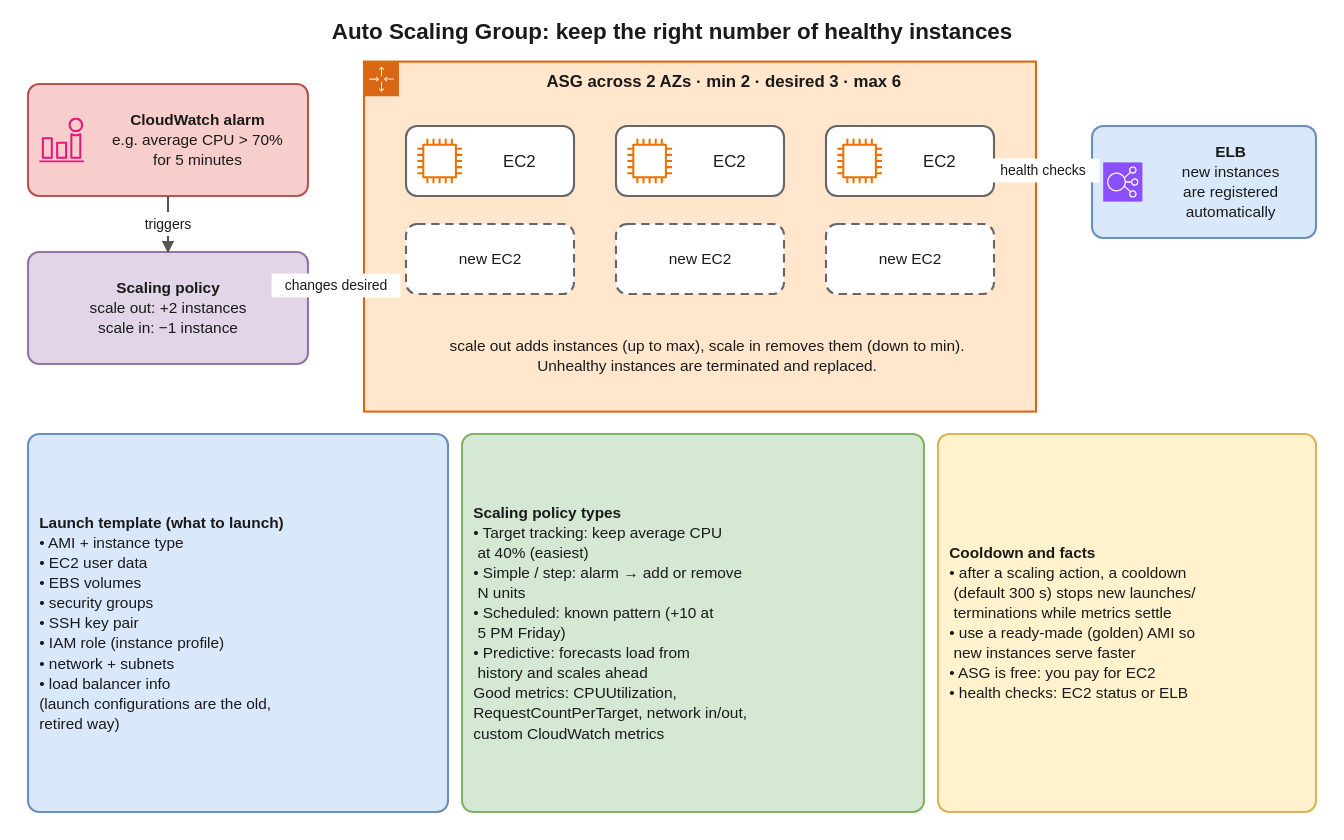
Earlier version of the draw.io export interview-prep/aws/diagrams/elb-03-asg.drawio.svg (suraj9741/interview). Source tidied: cells renumbered, new cells last; positions are measured from the earlier drawing's top-left corner, leaving out a move shared by most shapes.
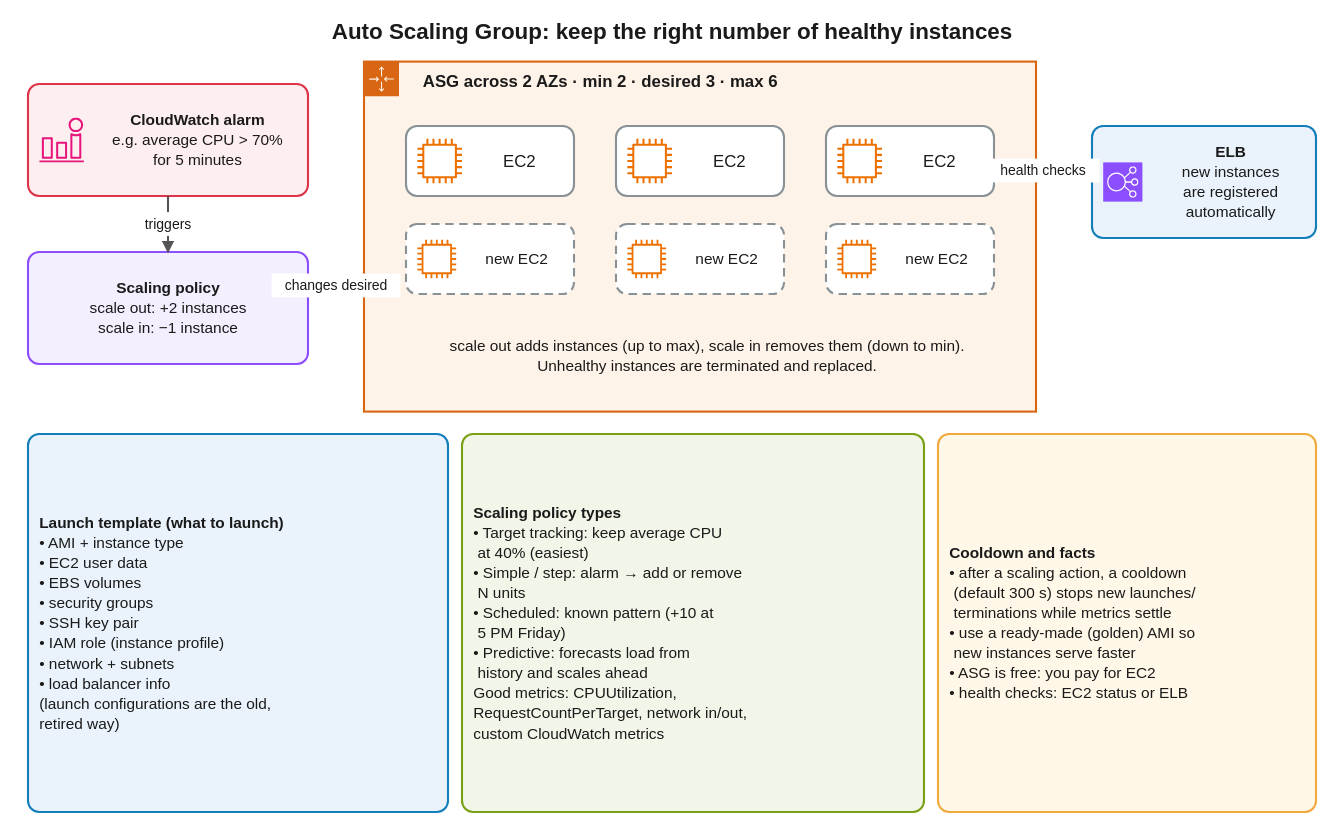
The same file after the commit.

The edit, as a diff of the source:
```diff
@@ -5,61 +5,70 @@
     <mxCell id="2" value="Auto Scaling Group: keep the right number of healthy instances" style="text;strokeColor=none;fillColor=none;whiteSpace=wrap;html=1;fontSize=16;fontColor=#1a1a1a;fontFamily=Helvetica;align=center;verticalAlign=middle;fontStyle=1;" parent="1" vertex="1">
       <mxGeometry width="960" height="28" as="geometry" />
     </mxCell>
-    <mxCell id="3" value="&lt;b&gt;CloudWatch alarm&lt;/b&gt;&lt;br&gt;e.g. average CPU &amp;gt; 70%&lt;br&gt;for 5 minutes" style="rounded=1;absoluteArcSize=1;arcSize=16;fillColor=#f8cecc;strokeColor=#b85450;strokeWidth=1.5;whiteSpace=wrap;html=1;fontSize=11;fontColor=#1a1a1a;fontFamily=Helvetica;align=center;verticalAlign=middle;spacingLeft=42;" parent="1" vertex="1">
+    <mxCell id="3" value="&lt;b&gt;CloudWatch alarm&lt;/b&gt;&lt;br&gt;e.g. average CPU &amp;gt; 70%&lt;br&gt;for 5 minutes" style="rounded=1;absoluteArcSize=1;arcSize=16;fillColor=#FDEEF0;strokeColor=#DD344C;strokeWidth=1.5;whiteSpace=wrap;html=1;fontSize=11;fontColor=#1a1a1a;fontFamily=Helvetica;align=center;verticalAlign=middle;spacingLeft=42;" parent="1" vertex="1">
       <mxGeometry x="20" y="52" width="200" height="80" as="geometry" />
     </mxCell>
     <mxCell id="4" style="sketch=0;fontColor=#232F3E;gradientColor=none;dashed=0;verticalLabelPosition=bottom;verticalAlign=top;align=center;html=1;fontSize=12;fontStyle=0;fillColor=#E7157B;strokeColor=none;shape=mxgraph.aws4.alarm;" parent="1" vertex="1">
       <mxGeometry x="28" y="76" width="32" height="32" as="geometry" />
     </mxCell>
-    <mxCell id="5" value="&lt;b&gt;Scaling policy&lt;/b&gt;&lt;br&gt;scale out: +2 instances&lt;br&gt;scale in: −1 instance" style="rounded=1;absoluteArcSize=1;arcSize=16;fillColor=#e1d5e7;strokeColor=#9673a6;strokeWidth=1.5;whiteSpace=wrap;html=1;fontSize=11;fontColor=#1a1a1a;fontFamily=Helvetica;align=center;verticalAlign=middle;" parent="1" vertex="1">
+    <mxCell id="5" value="&lt;b&gt;Scaling policy&lt;/b&gt;&lt;br&gt;scale out: +2 instances&lt;br&gt;scale in: −1 instance" style="rounded=1;absoluteArcSize=1;arcSize=16;fillColor=#F4EFFF;strokeColor=#8C4FFF;strokeWidth=1.5;whiteSpace=wrap;html=1;fontSize=11;fontColor=#1a1a1a;fontFamily=Helvetica;align=center;verticalAlign=middle;" parent="1" vertex="1">
       <mxGeometry x="20" y="172" width="200" height="80" as="geometry" />
     </mxCell>
-    <mxCell id="6" value="ASG across 2 AZs · min 2 · desired 3 · max 6" style="sketch=0;outlineConnect=0;html=1;whiteSpace=wrap;shape=mxgraph.aws4.group;grIcon=mxgraph.aws4.group_auto_scaling_group;grStroke=1;fillColor=#ffe6cc;strokeColor=#D86613;strokeWidth=1.5;fontSize=12;fontColor=#1a1a1a;fontStyle=1;fontFamily=Helvetica;align=center;verticalAlign=top;spacingLeft=30;spacingTop=4;dashed=0;" parent="1" vertex="1">
+    <mxCell id="6" value="ASG across 2 AZs · min 2 · desired 3 · max 6" style="sketch=0;outlineConnect=0;html=1;whiteSpace=wrap;shape=mxgraph.aws4.group;grIcon=mxgraph.aws4.group_auto_scaling_group;grStroke=1;fillColor=#FEF3E8;strokeColor=#D86613;strokeWidth=1.5;fontSize=12;fontColor=#1a1a1a;fontStyle=1;fontFamily=Helvetica;align=left;verticalAlign=top;spacingLeft=30;spacingTop=4;dashed=0;" parent="1" vertex="1">
       <mxGeometry x="260" y="36" width="480" height="250" as="geometry" />
     </mxCell>
-    <mxCell id="7" value="EC2" style="rounded=1;absoluteArcSize=1;arcSize=16;fillColor=#ffffff;strokeColor=#666666;strokeWidth=1.5;whiteSpace=wrap;html=1;fontSize=12;fontColor=#1a1a1a;fontFamily=Helvetica;align=center;verticalAlign=middle;spacingLeft=42;" parent="1" vertex="1">
+    <mxCell id="7" value="EC2" style="rounded=1;absoluteArcSize=1;arcSize=16;fillColor=#FFFFFF;strokeColor=#879196;strokeWidth=1.5;whiteSpace=wrap;html=1;fontSize=12;fontColor=#1a1a1a;fontFamily=Helvetica;align=center;verticalAlign=middle;spacingLeft=42;" parent="1" vertex="1">
       <mxGeometry x="290" y="82" width="120" height="50" as="geometry" />
     </mxCell>
     <mxCell id="8" style="sketch=0;fontColor=#232F3E;gradientColor=none;dashed=0;verticalLabelPosition=bottom;verticalAlign=top;align=center;html=1;fontSize=12;fontStyle=0;fillColor=#ED7100;strokeColor=none;shape=mxgraph.aws4.instance2;" parent="1" vertex="1">
       <mxGeometry x="298" y="91" width="32" height="32" as="geometry" />
     </mxCell>
-    <mxCell id="9" value="EC2" style="rounded=1;absoluteArcSize=1;arcSize=16;fillColor=#ffffff;strokeColor=#666666;strokeWidth=1.5;whiteSpace=wrap;html=1;fontSize=12;fontColor=#1a1a1a;fontFamily=Helvetica;align=center;verticalAlign=middle;spacingLeft=42;" parent="1" vertex="1">
+    <mxCell id="9" value="EC2" style="rounded=1;absoluteArcSize=1;arcSize=16;fillColor=#FFFFFF;strokeColor=#879196;strokeWidth=1.5;whiteSpace=wrap;html=1;fontSize=12;fontColor=#1a1a1a;fontFamily=Helvetica;align=center;verticalAlign=middle;spacingLeft=42;" parent="1" vertex="1">
       <mxGeometry x="440" y="82" width="120" height="50" as="geometry" />
     </mxCell>
     <mxCell id="10" style="sketch=0;fontColor=#232F3E;gradientColor=none;dashed=0;verticalLabelPosition=bottom;verticalAlign=top;align=center;html=1;fontSize=12;fontStyle=0;fillColor=#ED7100;strokeColor=none;shape=mxgraph.aws4.instance2;" parent="1" vertex="1">
       <mxGeometry x="448" y="91" width="32" height="32" as="geometry" />
     </mxCell>
-    <mxCell id="11" value="EC2" style="rounded=1;absoluteArcSize=1;arcSize=16;fillColor=#ffffff;strokeColor=#666666;strokeWidth=1.5;whiteSpace=wrap;html=1;fontSize=12;fontColor=#1a1a1a;fontFamily=Helvetica;align=center;verticalAlign=middle;spacingLeft=42;" parent="1" vertex="1">
+    <mxCell id="11" value="EC2" style="rounded=1;absoluteArcSize=1;arcSize=16;fillColor=#FFFFFF;strokeColor=#879196;strokeWidth=1.5;whiteSpace=wrap;html=1;fontSize=12;fontColor=#1a1a1a;fontFamily=Helvetica;align=center;verticalAlign=middle;spacingLeft=42;" parent="1" vertex="1">
       <mxGeometry x="590" y="82" width="120" height="50" as="geometry" />
     </mxCell>
     <mxCell id="12" style="sketch=0;fontColor=#232F3E;gradientColor=none;dashed=0;verticalLabelPosition=bottom;verticalAlign=top;align=center;html=1;fontSize=12;fontStyle=0;fillColor=#ED7100;strokeColor=none;shape=mxgraph.aws4.instance2;" parent="1" vertex="1">
       <mxGeometry x="598" y="91" width="32" height="32" as="geometry" />
     </mxCell>
-    <mxCell id="13" value="new EC2" style="rounded=1;absoluteArcSize=1;arcSize=16;fillColor=#ffffff;strokeColor=#666666;strokeWidth=1.5;whiteSpace=wrap;html=1;fontSize=11;fontColor=#1a1a1a;fontFamily=Helvetica;align=center;verticalAlign=middle;dashed=1;dashPattern=6 4;" parent="1" vertex="1">
+    <mxCell id="13" value="new EC2" style="rounded=1;absoluteArcSize=1;arcSize=16;fillColor=#FFFFFF;strokeColor=#879196;strokeWidth=1.5;whiteSpace=wrap;html=1;fontSize=11;fontColor=#1a1a1a;fontFamily=Helvetica;align=center;verticalAlign=middle;dashed=1;dashPattern=6 4;spacingLeft=38;" parent="1" vertex="1">
       <mxGeometry x="290" y="152" width="120" height="50" as="geometry" />
     </mxCell>
+    <mxCell id="25" style="sketch=0;fontColor=#232F3E;gradientColor=none;dashed=0;verticalLabelPosition=bottom;verticalAlign=top;align=center;html=1;fontSize=12;fontStyle=0;fillColor=#ED7100;strokeColor=none;shape=mxgraph.aws4.instance2;" parent="1" vertex="1">
+      <mxGeometry x="298" y="163" width="28" height="28" as="geometry" />
+    </mxCell>
-    <mxCell id="14" value="new EC2" style="rounded=1;absoluteArcSize=1;arcSize=16;fillColor=#ffffff;strokeColor=#666666;strokeWidth=1.5;whiteSpace=wrap;html=1;fontSize=11;fontColor=#1a1a1a;fontFamily=Helvetica;align=center;verticalAlign=middle;dashed=1;dashPattern=6 4;" parent="1" vertex="1">
+    <mxCell id="14" value="new EC2" style="rounded=1;absoluteArcSize=1;arcSize=16;fillColor=#FFFFFF;strokeColor=#879196;strokeWidth=1.5;whiteSpace=wrap;html=1;fontSize=11;fontColor=#1a1a1a;fontFamily=Helvetica;align=center;verticalAlign=middle;dashed=1;dashPattern=6 4;spacingLeft=38;" parent="1" vertex="1">
       <mxGeometry x="440" y="152" width="120" height="50" as="geometry" />
     </mxCell>
+    <mxCell id="26" style="sketch=0;fontColor=#232F3E;gradientColor=none;dashed=0;verticalLabelPosition=bottom;verticalAlign=top;align=center;html=1;fontSize=12;fontStyle=0;fillColor=#ED7100;strokeColor=none;shape=mxgraph.aws4.instance2;" parent="1" vertex="1">
+      <mxGeometry x="448" y="163" width="28" height="28" as="geometry" />
+    </mxCell>
-    <mxCell id="15" value="new EC2" style="rounded=1;absoluteArcSize=1;arcSize=16;fillColor=#ffffff;strokeColor=#666666;strokeWidth=1.5;whiteSpace=wrap;html=1;fontSize=11;fontColor=#1a1a1a;fontFamily=Helvetica;align=center;verticalAlign=middle;dashed=1;dashPattern=6 4;" parent="1" vertex="1">
+    <mxCell id="15" value="new EC2" style="rounded=1;absoluteArcSize=1;arcSize=16;fillColor=#FFFFFF;strokeColor=#879196;strokeWidth=1.5;whiteSpace=wrap;html=1;fontSize=11;fontColor=#1a1a1a;fontFamily=Helvetica;align=center;verticalAlign=middle;dashed=1;dashPattern=6 4;spacingLeft=38;" parent="1" vertex="1">
       <mxGeometry x="590" y="152" width="120" height="50" as="geometry" />
     </mxCell>
+    <mxCell id="27" style="sketch=0;fontColor=#232F3E;gradientColor=none;dashed=0;verticalLabelPosition=bottom;verticalAlign=top;align=center;html=1;fontSize=12;fontStyle=0;fillColor=#ED7100;strokeColor=none;shape=mxgraph.aws4.instance2;" parent="1" vertex="1">
+      <mxGeometry x="598" y="163" width="28" height="28" as="geometry" />
+    </mxCell>
     <mxCell id="16" value="scale out adds instances (up to max), scale in removes them (down to min).&lt;br&gt;Unhealthy instances are terminated and replaced." style="text;strokeColor=none;fillColor=none;whiteSpace=wrap;html=1;fontSize=11;fontColor=#1a1a1a;fontFamily=Helvetica;align=center;verticalAlign=middle;" parent="1" vertex="1">
       <mxGeometry x="280" y="214" width="450" height="64" as="geometry" />
     </mxCell>
-    <mxCell id="17" value="&lt;b&gt;ELB&lt;/b&gt;&lt;br&gt;new instances&lt;br&gt;are registered&lt;br&gt;automatically" style="rounded=1;absoluteArcSize=1;arcSize=16;fillColor=#dae8fc;strokeColor=#6c8ebf;strokeWidth=1.5;whiteSpace=wrap;html=1;fontSize=11;fontColor=#1a1a1a;fontFamily=Helvetica;align=center;verticalAlign=middle;spacingLeft=38;" parent="1" vertex="1">
+    <mxCell id="17" value="&lt;b&gt;ELB&lt;/b&gt;&lt;br&gt;new instances&lt;br&gt;are registered&lt;br&gt;automatically" style="rounded=1;absoluteArcSize=1;arcSize=16;fillColor=#EAF3FB;strokeColor=#147EBA;strokeWidth=1.5;whiteSpace=wrap;html=1;fontSize=11;fontColor=#1a1a1a;fontFamily=Helvetica;align=center;verticalAlign=middle;spacingLeft=38;" parent="1" vertex="1">
       <mxGeometry x="780" y="82" width="160" height="80" as="geometry" />
     </mxCell>
     <mxCell id="18" style="sketch=0;fontColor=#232F3E;gradientColor=none;dashed=0;verticalLabelPosition=bottom;verticalAlign=top;align=center;html=1;fontSize=12;fontStyle=0;fillColor=#8C4FFF;strokeColor=#ffffff;shape=mxgraph.aws4.resourceIcon;resIcon=mxgraph.aws4.elastic_load_balancing;" parent="1" vertex="1">
       <mxGeometry x="788" y="108" width="28" height="28" as="geometry" />
     </mxCell>
-    <mxCell id="19" value="&lt;b&gt;Launch template (what to launch)&lt;/b&gt;&lt;br&gt;• AMI + instance type&lt;br&gt;• EC2 user data&lt;br&gt;• EBS volumes&lt;br&gt;• security groups&lt;br&gt;• SSH key pair&lt;br&gt;• IAM role (instance profile)&lt;br&gt;• network + subnets&lt;br&gt;• load balancer info&lt;br&gt;(launch configurations are the old,&lt;br&gt;retired way)" style="rounded=1;absoluteArcSize=1;arcSize=16;fillColor=#dae8fc;strokeColor=#6c8ebf;strokeWidth=1.5;whiteSpace=wrap;html=1;fontSize=11;fontColor=#1a1a1a;fontFamily=Helvetica;align=left;verticalAlign=middle;spacingLeft=6;" parent="1" vertex="1">
+    <mxCell id="19" value="&lt;b&gt;Launch template (what to launch)&lt;/b&gt;&lt;br&gt;• AMI + instance type&lt;br&gt;• EC2 user data&lt;br&gt;• EBS volumes&lt;br&gt;• security groups&lt;br&gt;• SSH key pair&lt;br&gt;• IAM role (instance profile)&lt;br&gt;• network + subnets&lt;br&gt;• load balancer info&lt;br&gt;(launch configurations are the old,&lt;br&gt;retired way)" style="rounded=1;absoluteArcSize=1;arcSize=16;fillColor=#EAF3FB;strokeColor=#147EBA;strokeWidth=1.5;whiteSpace=wrap;html=1;fontSize=11;fontColor=#1a1a1a;fontFamily=Helvetica;align=left;verticalAlign=middle;spacingLeft=6;" parent="1" vertex="1">
       <mxGeometry x="20" y="302" width="300" height="270" as="geometry" />
     </mxCell>
-    <mxCell id="20" value="&lt;b&gt;Scaling policy types&lt;/b&gt;&lt;br&gt;• Target tracking: keep average CPU&lt;br&gt;  at 40% (easiest)&lt;br&gt;• Simple / step: alarm → add or remove&lt;br&gt;  N units&lt;br&gt;• Scheduled: known pattern (+10 at&lt;br&gt;  5 PM Friday)&lt;br&gt;• Predictive: forecasts load from&lt;br&gt;  history and scales ahead&lt;br&gt;Good metrics: CPUUtilization,&lt;br&gt;RequestCountPerTarget, network in/out,&lt;br&gt;custom CloudWatch metrics" style="rounded=1;absoluteArcSize=1;arcSize=16;fillColor=#d5e8d4;strokeColor=#82b366;strokeWidth=1.5;whiteSpace=wrap;html=1;fontSize=11;fontColor=#1a1a1a;fontFamily=Helvetica;align=left;verticalAlign=middle;spacingLeft=6;" parent="1" vertex="1">
+    <mxCell id="20" value="&lt;b&gt;Scaling policy types&lt;/b&gt;&lt;br&gt;• Target tracking: keep average CPU&lt;br&gt;  at 40% (easiest)&lt;br&gt;• Simple / step: alarm → add or remove&lt;br&gt;  N units&lt;br&gt;• Scheduled: known pattern (+10 at&lt;br&gt;  5 PM Friday)&lt;br&gt;• Predictive: forecasts load from&lt;br&gt;  history and scales ahead&lt;br&gt;Good metrics: CPUUtilization,&lt;br&gt;RequestCountPerTarget, network in/out,&lt;br&gt;custom CloudWatch metrics" style="rounded=1;absoluteArcSize=1;arcSize=16;fillColor=#F2F6E8;strokeColor=#7AA116;strokeWidth=1.5;whiteSpace=wrap;html=1;fontSize=11;fontColor=#1a1a1a;fontFamily=Helvetica;align=left;verticalAlign=middle;spacingLeft=6;" parent="1" vertex="1">
       <mxGeometry x="330" y="302" width="330" height="270" as="geometry" />
     </mxCell>
-    <mxCell id="21" value="&lt;b&gt;Cooldown and facts&lt;/b&gt;&lt;br&gt;• after a scaling action, a cooldown&lt;br&gt;  (default 300 s) stops new launches/&lt;br&gt;  terminations while metrics settle&lt;br&gt;• use a ready-made (golden) AMI so&lt;br&gt;  new instances serve faster&lt;br&gt;• ASG is free: you pay for EC2&lt;br&gt;• health checks: EC2 status or ELB" style="rounded=1;absoluteArcSize=1;arcSize=16;fillColor=#fff2cc;strokeColor=#d6b656;strokeWidth=1.5;whiteSpace=wrap;html=1;fontSize=11;fontColor=#1a1a1a;fontFamily=Helvetica;align=left;verticalAlign=middle;spacingLeft=6;" parent="1" vertex="1">
+    <mxCell id="21" value="&lt;b&gt;Cooldown and facts&lt;/b&gt;&lt;br&gt;• after a scaling action, a cooldown&lt;br&gt;  (default 300 s) stops new launches/&lt;br&gt;  terminations while metrics settle&lt;br&gt;• use a ready-made (golden) AMI so&lt;br&gt;  new instances serve faster&lt;br&gt;• ASG is free: you pay for EC2&lt;br&gt;• health checks: EC2 status or ELB" style="rounded=1;absoluteArcSize=1;arcSize=16;fillColor=#FFF8E8;strokeColor=#F2A93B;strokeWidth=1.5;whiteSpace=wrap;html=1;fontSize=11;fontColor=#1a1a1a;fontFamily=Helvetica;align=left;verticalAlign=middle;spacingLeft=6;" parent="1" vertex="1">
       <mxGeometry x="670" y="302" width="270" height="270" as="geometry" />
     </mxCell>
     <mxCell id="22" value="triggers" style="html=1;rounded=0;endArrow=classic;endFill=1;strokeColor=#555555;strokeWidth=1.5;fontSize=10;fontColor=#1a1a1a;labelBackgroundColor=#ffffff;startArrow=none;" parent="1" edge="1" source="3" target="5">
```
